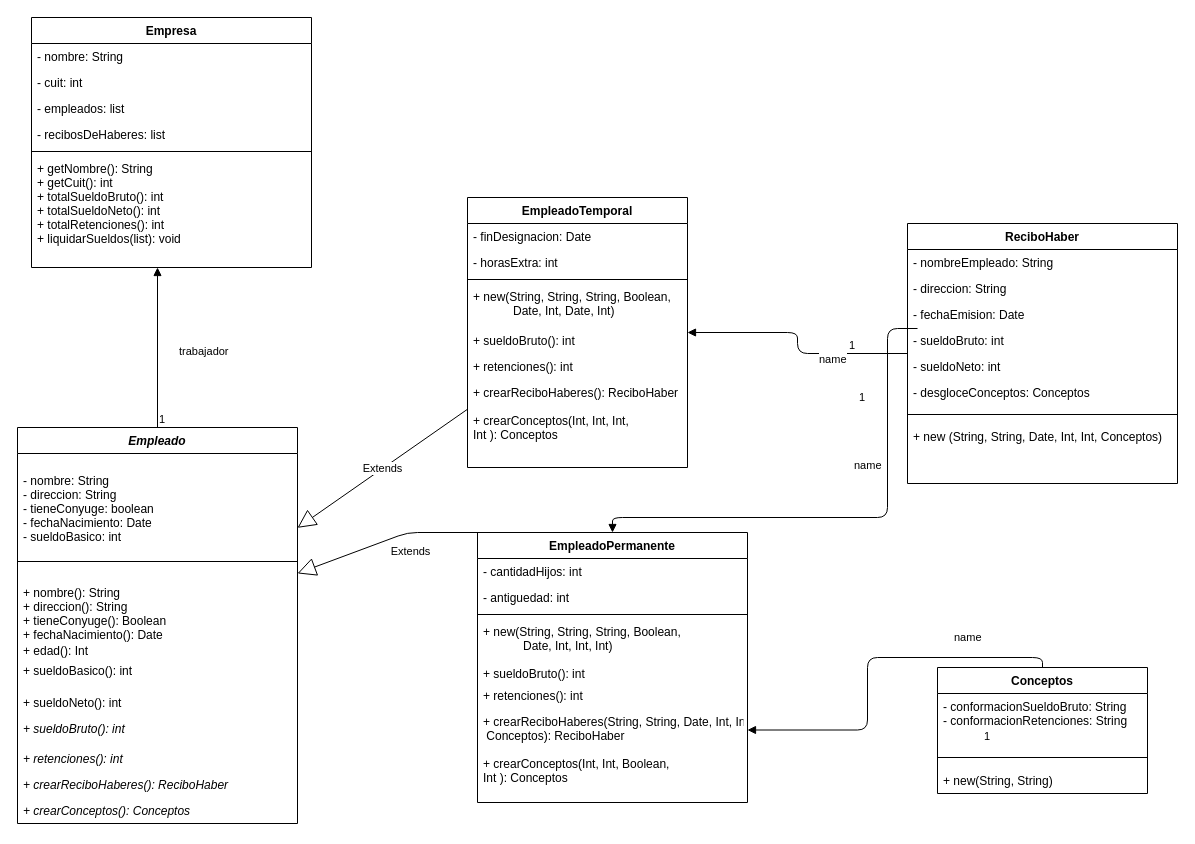
Above: Untitled Diagram.drawio in CundariNicolas/unqui-poo2-cundari (draw.io), before the change. Source tidied: cells renumbered, new cells numbered last; positions are measured from the earlier drawing's top-left corner, leaving out a move shared by most shapes. Both pictures are drawn from the tidied source at 100%, with x=0, y=0 at pixel (17, 17).
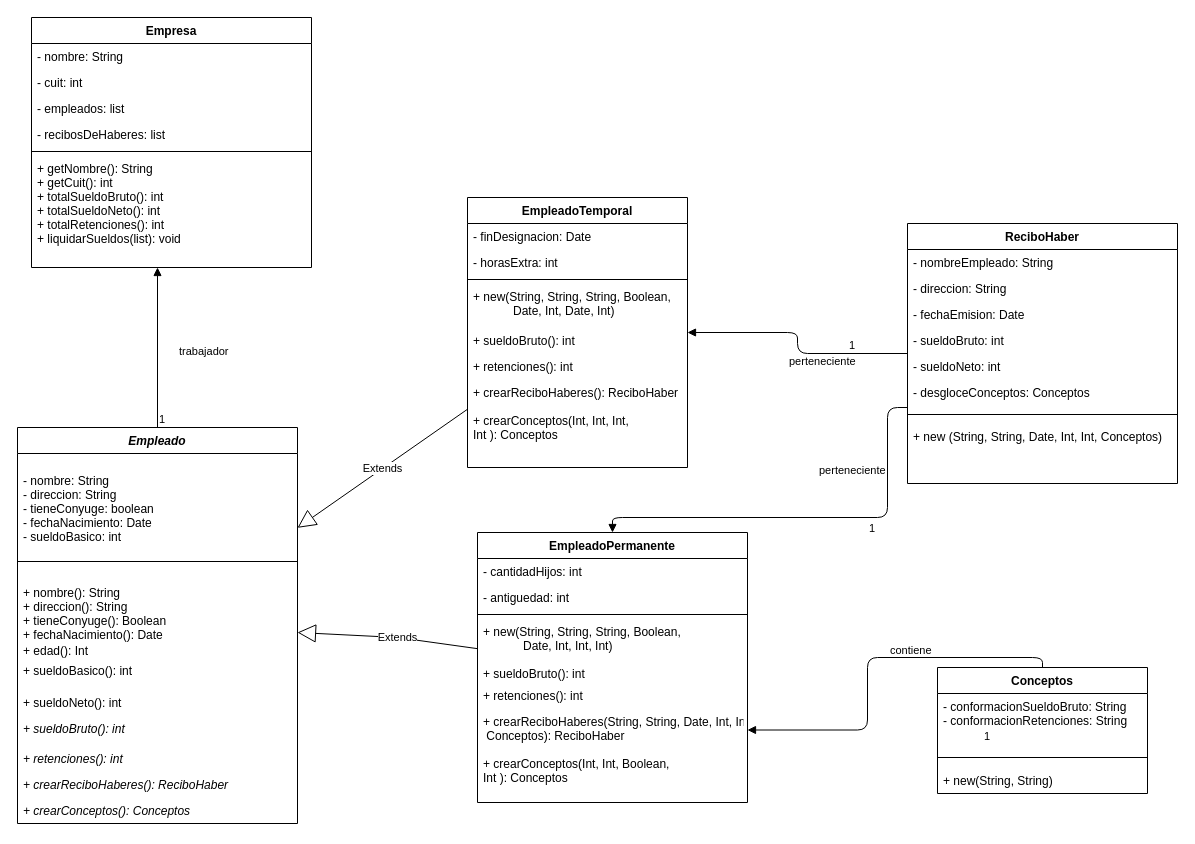
Above is the later version.

The change refers to these unchanged cells:
```xml
<mxCell id="9" value="Empleado" style="swimlane;fontStyle=3;align=center;verticalAlign=top;horizontal=1;startSize=26;" parent="1" vertex="1">
  <mxGeometry y="410" width="280" height="396" as="geometry" />
</mxCell>
<mxCell id="20" value="EmpleadoPermanente" style="swimlane;fontStyle=1;align=center;verticalAlign=top;horizontal=1;startSize=26;" parent="1" vertex="1">
  <mxGeometry x="460" y="515" width="270" height="270" as="geometry" />
</mxCell>
<mxCell id="27" value="EmpleadoTemporal" style="swimlane;fontStyle=1;align=center;verticalAlign=top;horizontal=1;startSize=26;" parent="1" vertex="1">
  <mxGeometry x="450" y="180" width="220" height="270" as="geometry" />
</mxCell>
<mxCell id="39" value="ReciboHaber" style="swimlane;fontStyle=1;align=center;verticalAlign=top;horizontal=1;startSize=26;" parent="1" vertex="1">
  <mxGeometry x="890" y="206" width="270" height="260" as="geometry" />
</mxCell>
<mxCell id="48" value="Conceptos" style="swimlane;fontStyle=1;align=center;verticalAlign=top;horizontal=1;startSize=26;" parent="1" vertex="1">
  <mxGeometry x="920" y="650" width="210" height="126" as="geometry" />
</mxCell>
```

What changed in the source:
```diff
@@
-    <mxCell id="35" value="Extends" style="endArrow=block;endSize=16;endFill=0;html=1;exitX=0.5;exitY=0;exitDx=0;exitDy=0;" parent="1" edge="1" source="20" target="9">
-      <mxGeometry x="0.26" y="19" relative="1" as="geometry">
+    <mxCell id="35" value="Extends" style="endArrow=block;endSize=16;endFill=0;html=1;" parent="1" edge="1" source="20" target="9">
+      <mxGeometry x="-0.11" relative="1" as="geometry">
         <Array as="points">
-          <mxPoint x="390" y="515" />
+          <mxPoint x="380" y="620" />
         </Array>
-        <mxPoint x="1" as="offset" />
       </mxGeometry>
     </mxCell>
@@
-    <mxCell id="52" value="name" style="endArrow=block;endFill=1;html=1;edgeStyle=orthogonalEdgeStyle;align=left;verticalAlign=top;" parent="1" edge="1" source="39" target="27">
-      <mxGeometry x="-0.54" y="99" relative="1" as="geometry" />
+    <mxCell id="52" value="perteneciente" style="endArrow=block;endFill=1;html=1;edgeStyle=orthogonalEdgeStyle;align=left;verticalAlign=top;" parent="1" edge="1" source="39" target="27">
+      <mxGeometry x="-0.25" y="104" relative="1" as="geometry" />
     </mxCell>
@@
-    <mxCell id="54" value="name" style="endArrow=block;endFill=1;html=1;edgeStyle=orthogonalEdgeStyle;align=left;verticalAlign=top;" parent="1" edge="1" target="20">
-      <mxGeometry x="-0.81" y="-70" relative="1" as="geometry">
-        <mxPoint x="900" y="311" as="sourcePoint" />
+    <mxCell id="54" value="perteneciente" style="endArrow=block;endFill=1;html=1;edgeStyle=orthogonalEdgeStyle;align=left;verticalAlign=top;" parent="1" edge="1" source="39" target="20">
+      <mxGeometry x="-0.9" y="-117" relative="1" as="geometry">
         <Array as="points">
-          <mxPoint x="870" y="311" />
+          <mxPoint x="870" y="390" />
           <mxPoint x="870" y="500" />
+          <mxPoint x="595" y="500" />
         </Array>
+        <mxPoint x="17" y="-60" as="offset" />
       </mxGeometry>
     </mxCell>
     <mxCell id="55" value="1" style="edgeLabel;html=1;align=left;verticalAlign=bottom;" parent="54" vertex="1">
       <mxGeometry x="-1" relative="1" as="geometry">
-        <mxPoint x="-60" y="77" as="offset" />
+        <mxPoint x="-40" y="129" as="offset" />
       </mxGeometry>
     </mxCell>
-    <mxCell id="56" value="name" style="endArrow=block;endFill=1;html=1;edgeStyle=orthogonalEdgeStyle;align=left;verticalAlign=top;" parent="1" edge="1" source="48">
-      <mxGeometry x="-0.47" y="-33" relative="1" as="geometry">
+    <mxCell id="56" value="contiene" style="endArrow=block;endFill=1;html=1;edgeStyle=orthogonalEdgeStyle;align=left;verticalAlign=top;" parent="1" edge="1" source="48">
+      <mxGeometry x="-0.13" y="-20" relative="1" as="geometry">
         <mxPoint x="730" y="712.5" as="targetPoint" />
         <Array as="points">
           <mxPoint x="1025" y="640" />
           <mxPoint x="850" y="640" />
           <mxPoint x="850" y="713" />
         </Array>
       </mxGeometry>
     </mxCell>
```
